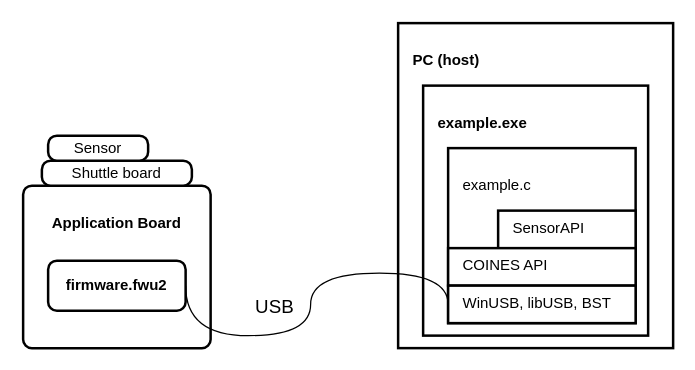
Earlier version of the draw.io diagram doc/docs/accessing_the_sensor_on_application_board/working_princpile_run_on_pc.drawio (boschsensortec/COINES). Source tidied: cells renumbered, new cells numbered last; positions are measured from the earlier drawing's top-left corner, leaving out a move shared by most shapes. Both pictures are drawn from the tidied source at 125%, with x=0, y=0 at pixel (22, 22).
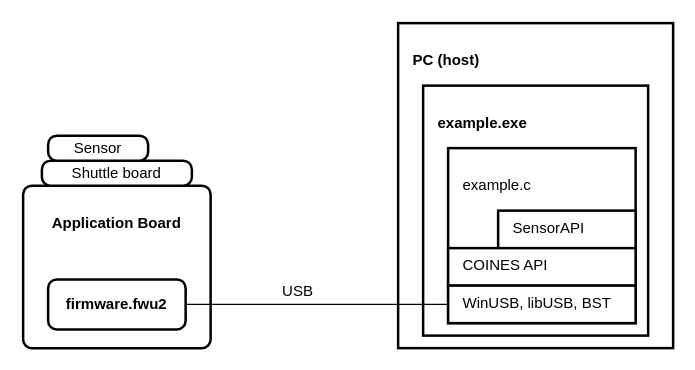
The same diagram, later.

The edit, as a diff of the source:
```diff
@@
 <mxGraphModel>
   <root>
     <mxCell id="0" />
     <mxCell id="1" parent="0" />
     <mxCell id="2" value="&lt;h4&gt;Application Board&lt;/h4&gt;" style="rounded=1;whiteSpace=wrap;html=1;absoluteArcSize=1;arcSize=14;strokeWidth=2;horizontal=1;verticalAlign=top;" parent="1" vertex="1">
       <mxGeometry y="130" width="150" height="130" as="geometry" />
     </mxCell>
     <mxCell id="3" value="&lt;b&gt;firmware.fwu2&lt;/b&gt;" style="rounded=1;whiteSpace=wrap;html=1;absoluteArcSize=1;arcSize=14;strokeWidth=2;" parent="1" vertex="1">
-      <mxGeometry x="20" y="190" width="110" height="40" as="geometry" />
+      <mxGeometry x="20" y="205" width="110" height="40" as="geometry" />
     </mxCell>
     <mxCell id="4" value="Shuttle board" style="rounded=1;whiteSpace=wrap;html=1;absoluteArcSize=1;arcSize=14;strokeWidth=2;" parent="1" vertex="1">
       <mxGeometry x="15" y="110" width="120" height="20" as="geometry" />
     </mxCell>
     <mxCell id="5" value="Sensor" style="rounded=1;whiteSpace=wrap;html=1;absoluteArcSize=1;arcSize=14;strokeWidth=2;" parent="1" vertex="1">
       <mxGeometry x="20" y="90" width="80" height="20" as="geometry" />
     </mxCell>
     <mxCell id="6" value="&lt;h4&gt;PC (host)&lt;/h4&gt;" style="rounded=0;whiteSpace=wrap;html=1;absoluteArcSize=1;arcSize=14;strokeWidth=2;shadow=0;glass=0;verticalAlign=top;align=left;spacingLeft=10;" parent="1" vertex="1">
       <mxGeometry x="300" width="220" height="260" as="geometry" />
     </mxCell>
     <mxCell id="7" value="&lt;h4&gt;example.exe&lt;/h4&gt;" style="rounded=0;whiteSpace=wrap;html=1;absoluteArcSize=1;arcSize=14;strokeWidth=2;shadow=0;glass=0;verticalAlign=top;align=left;spacingLeft=10;" parent="1" vertex="1">
       <mxGeometry x="320" y="50" width="180" height="200" as="geometry" />
     </mxCell>
     <mxCell id="8" value="&lt;h4&gt;&lt;span style=&quot;font-weight: normal;&quot;&gt;example.c&lt;/span&gt;&lt;/h4&gt;" style="rounded=0;whiteSpace=wrap;html=1;absoluteArcSize=1;arcSize=14;strokeWidth=2;shadow=0;glass=0;verticalAlign=top;align=left;spacingLeft=10;fontStyle=1;" parent="1" vertex="1">
       <mxGeometry x="340" y="100" width="150" height="140" as="geometry" />
     </mxCell>
     <mxCell id="9" value="SensorAPI" style="rounded=0;whiteSpace=wrap;html=1;absoluteArcSize=1;arcSize=14;strokeWidth=2;shadow=0;glass=0;verticalAlign=top;align=left;spacingLeft=10;spacing=2;spacingTop=0;" parent="1" vertex="1">
       <mxGeometry x="380" y="150" width="110" height="40" as="geometry" />
     </mxCell>
     <mxCell id="10" value="COINES API" style="rounded=0;whiteSpace=wrap;html=1;absoluteArcSize=1;arcSize=14;strokeWidth=2;shadow=0;glass=0;verticalAlign=top;align=left;spacingLeft=10;spacing=2;spacingTop=0;" parent="1" vertex="1">
       <mxGeometry x="340" y="180" width="150" height="30" as="geometry" />
     </mxCell>
     <mxCell id="11" value="WinUSB, libUSB, BST" style="rounded=0;whiteSpace=wrap;html=1;absoluteArcSize=1;arcSize=14;strokeWidth=2;shadow=0;glass=0;verticalAlign=top;align=left;spacingLeft=10;spacing=2;spacingTop=0;" parent="1" vertex="1">
       <mxGeometry x="340" y="210" width="150" height="30" as="geometry" />
     </mxCell>
-    <mxCell id="12" style="edgeStyle=orthogonalEdgeStyle;rounded=0;jettySize=auto;html=1;entryX=0;entryY=0.5;entryDx=0;entryDy=0;curved=1;endArrow=none;endFill=0;exitX=1;exitY=0.5;exitDx=0;exitDy=0;" parent="1" edge="1" source="3" target="11">
-      <mxGeometry relative="1" as="geometry">
-        <Array as="points">
-          <mxPoint x="130" y="250" />
-          <mxPoint x="230" y="250" />
-          <mxPoint x="230" y="200" />
-          <mxPoint x="340" y="200" />
-        </Array>
-      </mxGeometry>
+    <mxCell id="12" style="endArrow=none;html=1;exitX=1;exitY=0.5;exitDx=0;exitDy=0;entryX=0;entryY=0.5;entryDx=0;entryDy=0;" parent="1" edge="1" source="3" target="11">
+      <mxGeometry relative="1" as="geometry" />
     </mxCell>
-    <mxCell id="13" value="USB" style="edgeLabel;html=1;align=center;verticalAlign=middle;fontSize=15;" parent="12" vertex="1">
-      <mxGeometry x="-0.46" relative="1" as="geometry">
-        <mxPoint x="22" y="-25" as="offset" />
-      </mxGeometry>
+    <mxCell id="13" value="USB" style="text;html=1;strokeColor=none;fillColor=none;align=center;verticalAlign=middle;whiteSpace=wrap;rounded=0;" parent="1" vertex="1">
+      <mxGeometry x="190" y="200" width="60" height="30" as="geometry" />
     </mxCell>
   </root>
 </mxGraphModel>
```
